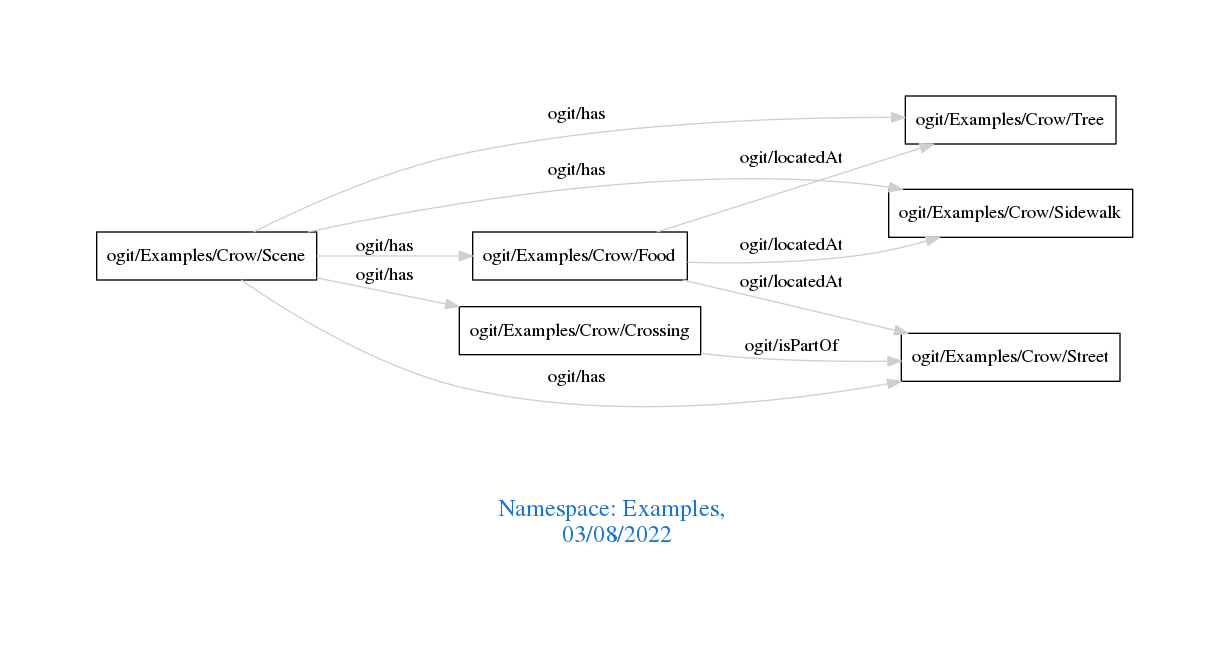
This is downloads/Examples.png from arago/OGIT, a Graphviz export, as it was before one commit. Its source is kept beside it as downloads/Examples.dot.
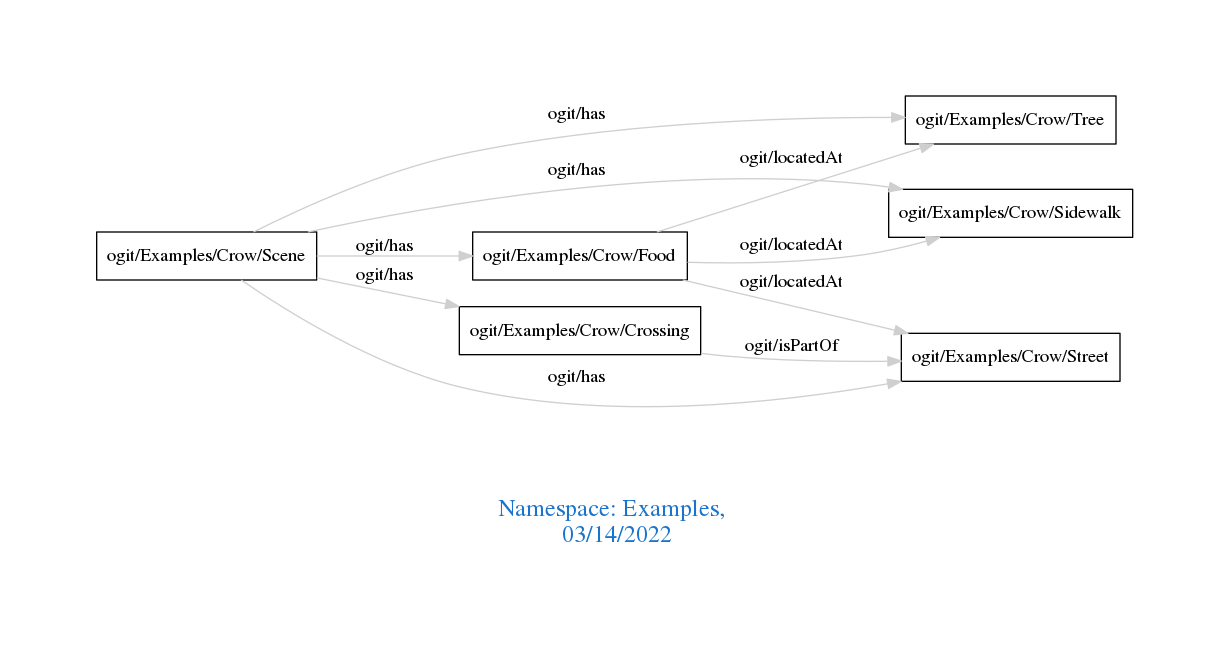
Later version of the same file.

Diff of the diagram source:
```diff
@@ -1,7 +1,7 @@
 digraph OGIT_ontology {
  graph [ rankdir= LR,pad=1
 fontsize = 18,
-fontcolor= dodgerblue3,label = "\n\n\nNamespace: Examples, \n 03/08/2022"];
+fontcolor= dodgerblue3,label = "\n\n\nNamespace: Examples, \n 03/14/2022"];
 node[shape=polygon];
 edge [  color="gray81"];
 
```
